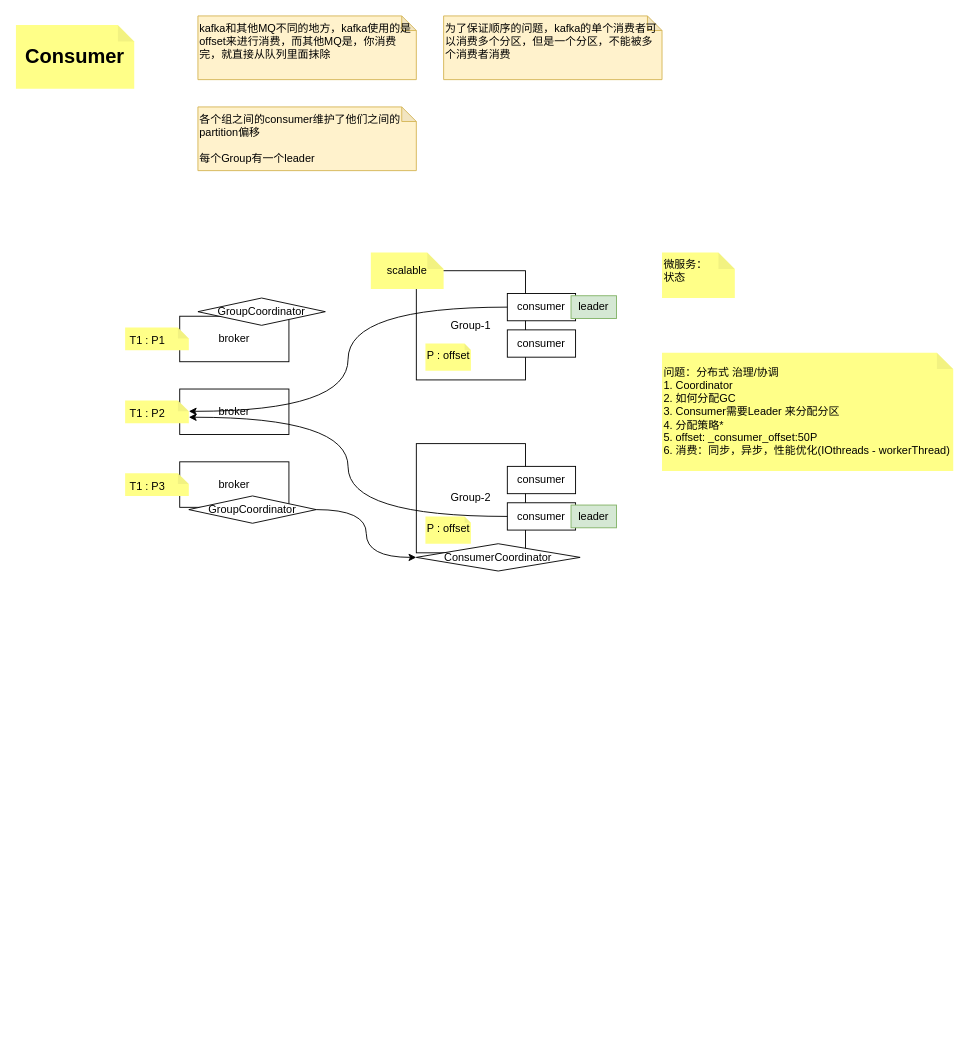
Above: draw/kafka/kafka的consumer.drawio in BxcGit/draw (draw.io), before the change. Source tidied: cells renumbered, new cells numbered last; positions are measured from the earlier drawing's top-left corner, leaving out a move shared by most shapes. Both pictures are drawn from the tidied source at 91%, with x=0, y=0 at pixel (15, 15).
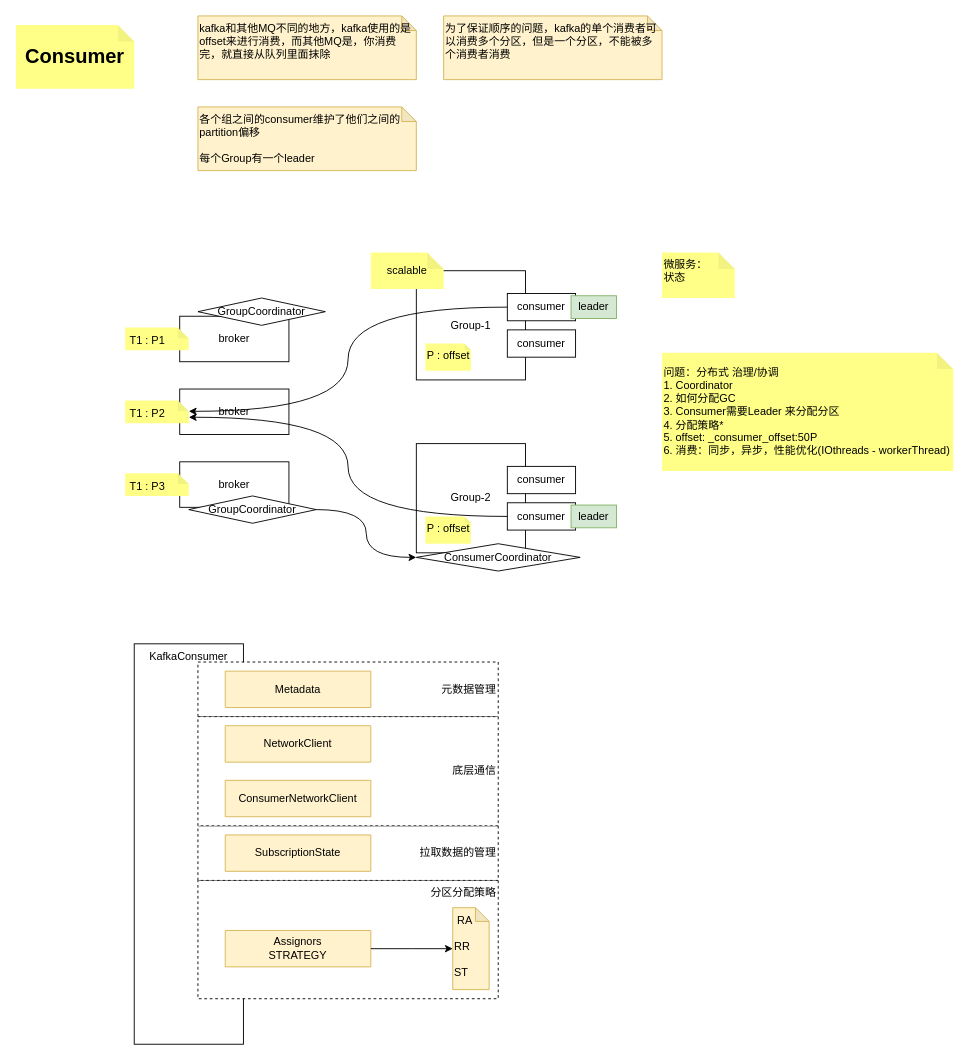
After the change.

Change to the diagram source:
```diff
@@
+    <mxCell id="32" value="KafkaConsumer" style="rounded=0;whiteSpace=wrap;html=1;verticalAlign=top;" parent="1" vertex="1">
+      <mxGeometry x="130" y="690" width="120" height="440" as="geometry" />
+    </mxCell>
+    <mxCell id="33" value="分区分配策略" style="rounded=0;whiteSpace=wrap;html=1;labelBorderColor=none;dashed=1;align=right;verticalAlign=top;" parent="1" vertex="1">
+      <mxGeometry x="200" y="950" width="330" height="130" as="geometry" />
+    </mxCell>
+    <mxCell id="34" value="元数据管理" style="rounded=0;whiteSpace=wrap;html=1;labelBorderColor=none;dashed=1;align=right;" parent="1" vertex="1">
+      <mxGeometry x="200" y="710" width="330" height="60" as="geometry" />
+    </mxCell>
+    <mxCell id="35" value="拉取数据的管理" style="rounded=0;whiteSpace=wrap;html=1;labelBorderColor=none;dashed=1;align=right;" parent="1" vertex="1">
+      <mxGeometry x="200" y="890" width="330" height="60" as="geometry" />
+    </mxCell>
+    <mxCell id="36" value="底层通信" style="rounded=0;whiteSpace=wrap;html=1;labelBorderColor=none;dashed=1;align=right;" parent="1" vertex="1">
+      <mxGeometry x="200" y="770" width="330" height="120" as="geometry" />
+    </mxCell>
@@
+    <mxCell id="37" value="Metadata" style="shape=note;whiteSpace=wrap;html=1;backgroundOutline=1;darkOpacity=0.05;fillColor=#fff2cc;strokeColor=#d6b656;horizontal=1;align=center;verticalAlign=middle;size=0;" parent="1" vertex="1">
+      <mxGeometry x="230" y="720" width="160" height="40" as="geometry" />
+    </mxCell>
+    <mxCell id="38" value="NetworkClient" style="shape=note;whiteSpace=wrap;html=1;backgroundOutline=1;darkOpacity=0.05;fillColor=#fff2cc;strokeColor=#d6b656;horizontal=1;align=center;verticalAlign=middle;size=0;" parent="1" vertex="1">
+      <mxGeometry x="230" y="780" width="160" height="40" as="geometry" />
+    </mxCell>
+    <mxCell id="39" value="ConsumerNetworkClient" style="shape=note;whiteSpace=wrap;html=1;backgroundOutline=1;darkOpacity=0.05;fillColor=#fff2cc;strokeColor=#d6b656;horizontal=1;align=center;verticalAlign=middle;size=0;" parent="1" vertex="1">
+      <mxGeometry x="230" y="840" width="160" height="40" as="geometry" />
+    </mxCell>
+    <mxCell id="40" value="SubscriptionState" style="shape=note;whiteSpace=wrap;html=1;backgroundOutline=1;darkOpacity=0.05;fillColor=#fff2cc;strokeColor=#d6b656;horizontal=1;align=center;verticalAlign=middle;size=0;" parent="1" vertex="1">
+      <mxGeometry x="230" y="900" width="160" height="40" as="geometry" />
+    </mxCell>
+    <mxCell id="41" value="Assignors&lt;div&gt;STRATEGY&lt;/div&gt;" style="shape=note;whiteSpace=wrap;html=1;backgroundOutline=1;darkOpacity=0.05;fillColor=#fff2cc;strokeColor=#d6b656;horizontal=1;align=center;verticalAlign=middle;size=0;" parent="1" vertex="1">
+      <mxGeometry x="230" y="1005" width="160" height="40" as="geometry" />
+    </mxCell>
+    <mxCell id="42" value="&amp;nbsp;RA&lt;div&gt;&lt;br&gt;&lt;/div&gt;&lt;div&gt;RR&lt;/div&gt;&lt;div&gt;&lt;br&gt;&lt;/div&gt;&lt;div&gt;ST&lt;/div&gt;" style="shape=note;whiteSpace=wrap;html=1;backgroundOutline=1;darkOpacity=0.05;fillColor=#fff2cc;strokeColor=#d6b656;horizontal=1;align=left;verticalAlign=top;size=15;" parent="1" vertex="1">
+      <mxGeometry x="480" y="980" width="40" height="90" as="geometry" />
+    </mxCell>
+    <mxCell id="43" style="edgeStyle=orthogonalEdgeStyle;rounded=0;jettySize=auto;html=1;entryX=0;entryY=0.5;entryDx=0;entryDy=0;entryPerimeter=0;" parent="1" edge="1" source="41">
+      <mxGeometry relative="1" as="geometry">
+        <mxPoint x="480" y="1025" as="targetPoint" />
+      </mxGeometry>
+    </mxCell>
```
